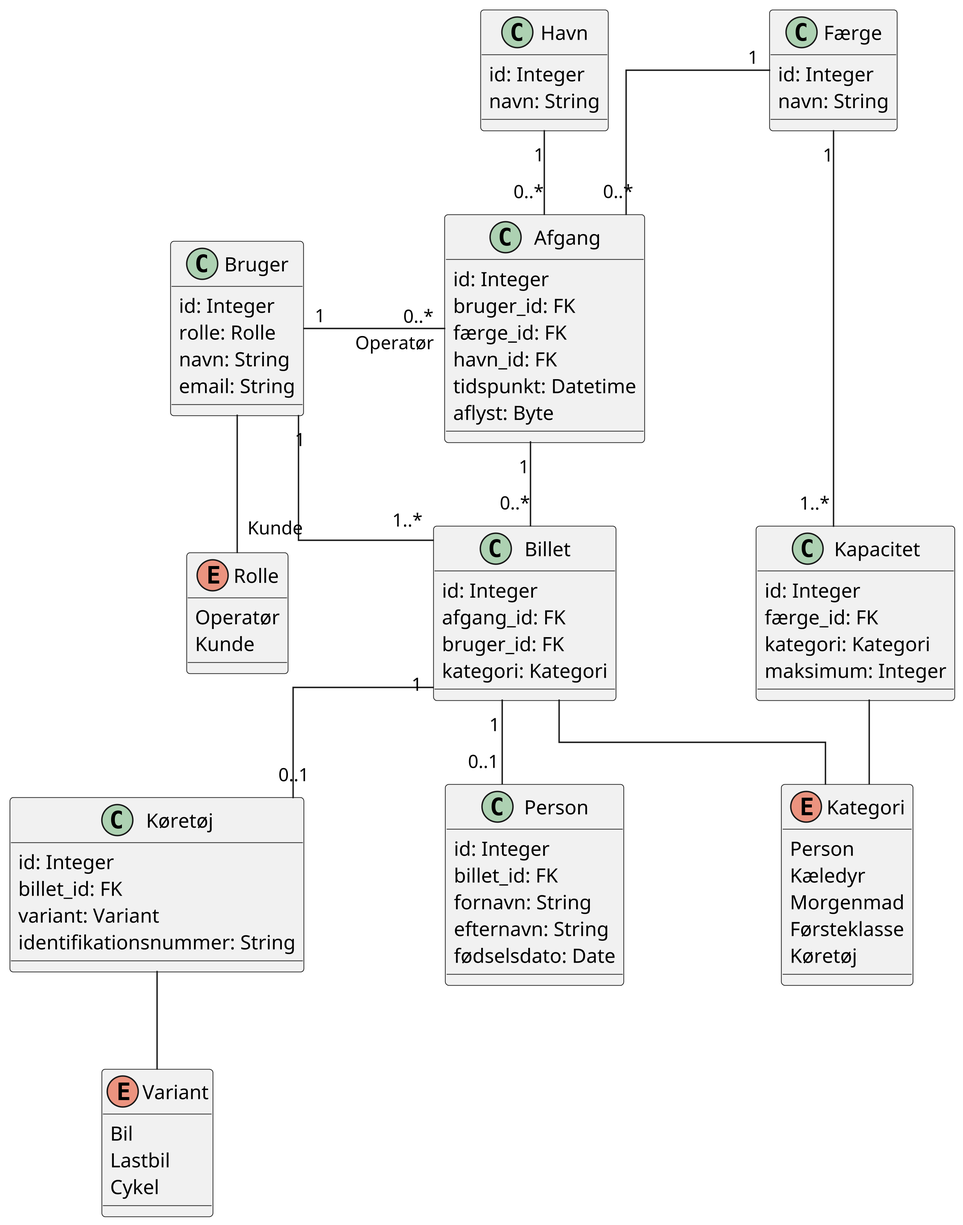
This is asset/data_model.png from marc8193/H6PD080126, a PlantUML export, as it was before one commit.
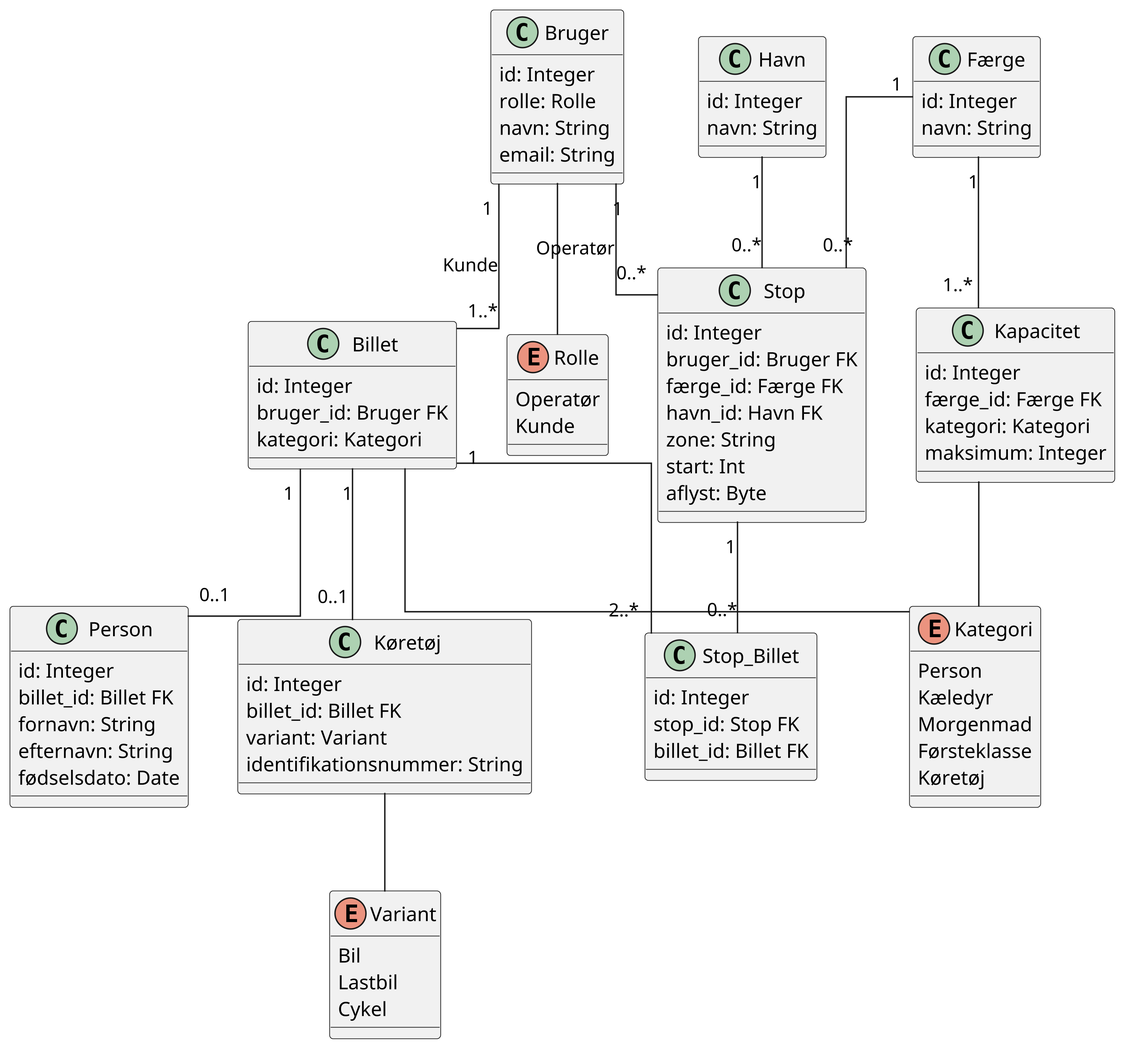
Later version of the same file.

What changed in the source:
```diff
@@ -1,7 +1,6 @@
 @startuml
 skinparam linetype ortho
 skinparam dpi 400
-skinparam nodesep 100
 
 enum Rolle
 {
@@ -35,7 +34,7 @@
 class Kapacitet
 {
   id: Integer
-  færge_id: FK
+  færge_id: Færge FK
   kategori: Kategori
   maksimum: Integer
 }
@@ -46,22 +45,29 @@
   navn: String
 }
 
-class Afgang
+class Stop
 {
   id: Integer
-  bruger_id: FK
-  færge_id: FK
-  havn_id: FK
-  tidspunkt: Datetime
+  bruger_id: Bruger FK
+  færge_id: Færge FK
+  havn_id: Havn FK
+  zone: String
+  start: Int
   aflyst: Byte
 }
 
 class Billet
 {
   id: Integer
-  afgang_id: FK
-  bruger_id: FK
+  bruger_id: Bruger FK
   kategori: Kategori
+}
+
+class Stop_Billet
+{
+  id: Integer
+  stop_id: Stop FK
+  billet_id: Billet FK
 }
 
 enum Variant
@@ -74,7 +80,7 @@
 class Køretøj
 {
   id: Integer
-  billet_id: FK
+  billet_id: Billet FK
   variant: Variant
   identifikationsnummer: String
 }
@@ -82,7 +88,7 @@
 class Person
 {
   id: Integer
-  billet_id: FK
+  billet_id: Billet FK
   fornavn: String
   efternavn: String
   fødselsdato: Date
@@ -93,12 +99,14 @@
 Kapacitet -- Kategori
 Køretøj -- Variant
 
-Bruger "1" -right- "0..*" Afgang: Operatør
-Færge "1" -- "0..*" Afgang
-Havn "1" -- "0..*" Afgang
+Bruger "1" -right- "0..*" Stop: Operatør
+Færge "1" -- "0..*" Stop
+Havn "1" -- "0..*" Stop
 Færge "1" -- "1..*" Kapacitet
 
-Afgang "1" -- "0..*" Billet
+Stop "1" -- "0..*" Stop_Billet
+Billet "1" -- "2..*" Stop_Billet
+
 Bruger "1" -- "1..*" Billet: Kunde
 
 Billet "1" -- "0..1" Køretøj
```
